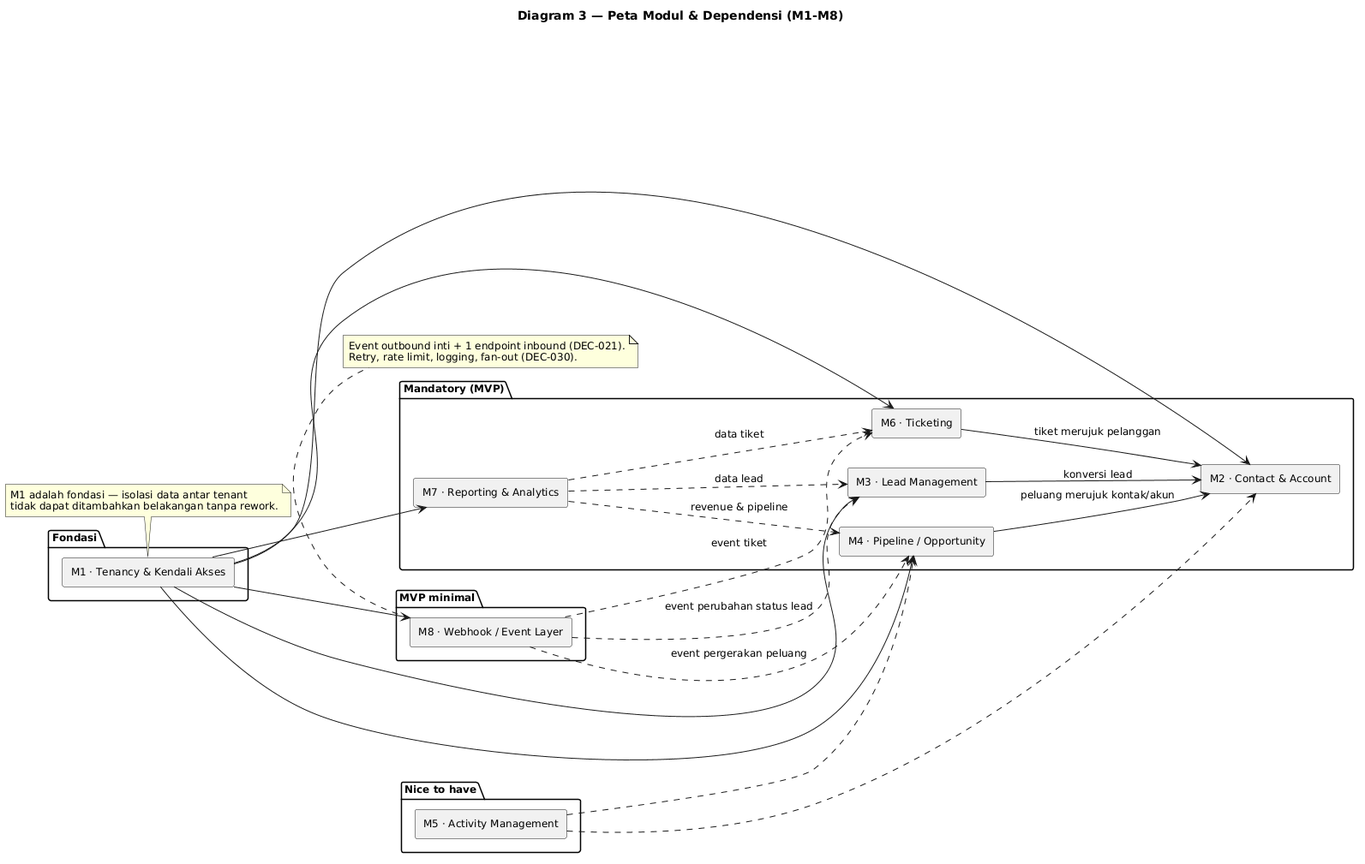
Above: knowledge/projects/bootcamp-crm/requirements/brd/diagrams/03-peta-modul.png in yudha-tlab/ai-os-knowledge (PlantUML), before the change.
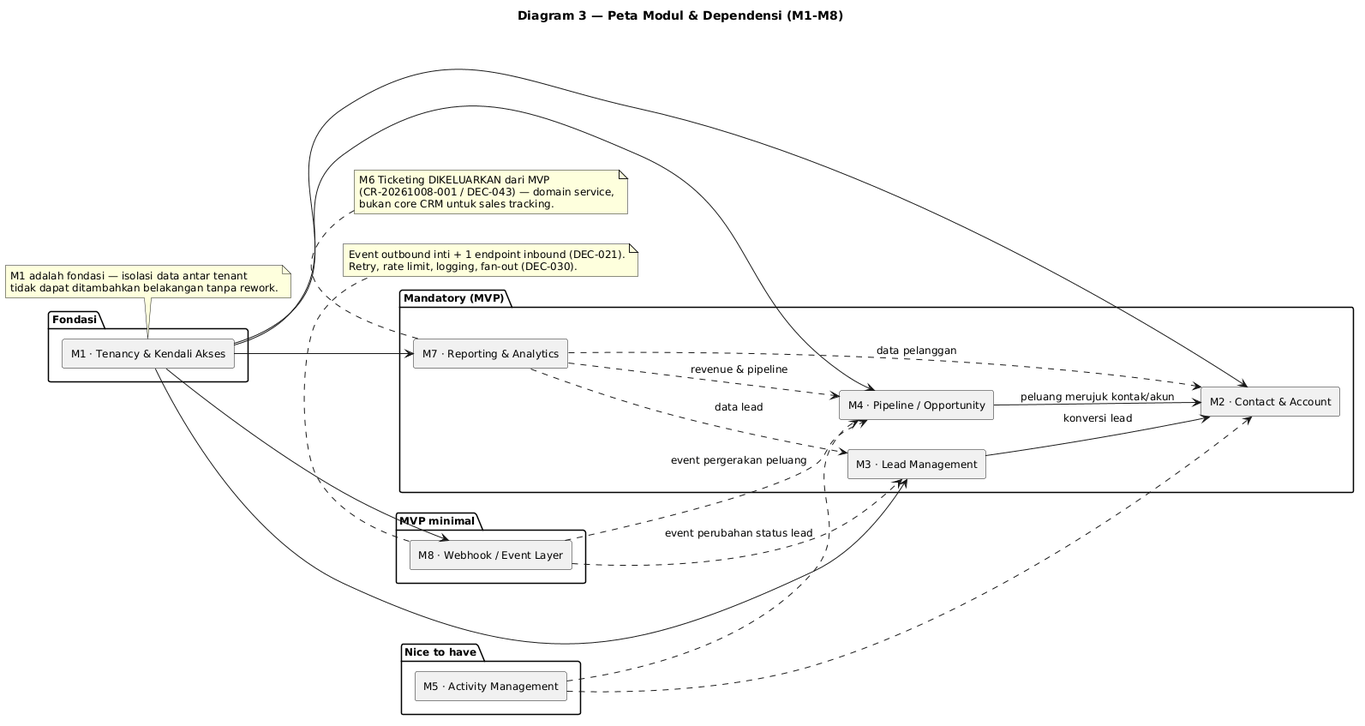
Above is the later version.

Change to the diagram source:
```diff
@@ -14,7 +14,6 @@
   [M2 · Contact & Account] as M2
   [M3 · Lead Management] as M3
   [M4 · Pipeline / Opportunity] as M4
-  [M6 · Ticketing] as M6
   [M7 · Reporting & Analytics] as M7
 }
 
@@ -29,29 +28,32 @@
 M1 --> M2
 M1 --> M3
 M1 --> M4
-M1 --> M6
 M1 --> M7
 M1 --> M8
 
 M3 --> M2 : konversi lead
 M4 --> M2 : peluang merujuk kontak/akun
-M6 --> M2 : tiket merujuk pelanggan
 M7 ..> M4 : revenue & pipeline
-M7 ..> M6 : data tiket
 M7 ..> M3 : data lead
+M7 ..> M2 : data pelanggan
 M5 ..> M2
 M5 ..> M4
 M8 ..> M3 : event perubahan status lead
 M8 ..> M4 : event pergerakan peluang
-M8 ..> M6 : event tiket
+
+note bottom of M1
+  M1 adalah fondasi — isolasi data antar tenant
+  tidak dapat ditambahkan belakangan tanpa rework.
+end note
 
 note bottom of M8
   Event outbound inti + 1 endpoint inbound (DEC-021).
   Retry, rate limit, logging, fan-out (DEC-030).
 end note
 
-note bottom of M1
-  M1 adalah fondasi — isolasi data antar tenant
-  tidak dapat ditambahkan belakangan tanpa rework.
+note top of M7
+  M6 Ticketing DIKELUARKAN dari MVP
+  (CR-20261008-001 / DEC-043) — domain service,
+  bukan core CRM untuk sales tracking.
 end note
 @enduml
```
